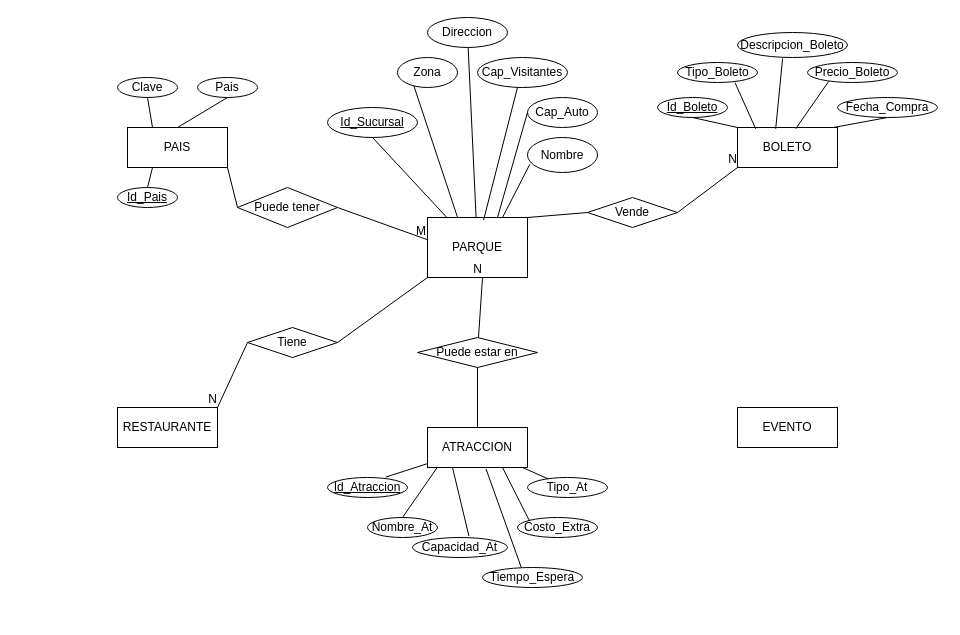
Before: Untitled Diagram.drawio in IsraMejia/DiagramasEntidadRelacion, a draw.io diagram. Source tidied: cells renumbered, new cells numbered last; positions are measured from the earlier drawing's top-left corner, leaving out a move shared by most shapes. Both pictures are drawn from the tidied source at 100%, with x=0, y=0 at pixel (117, 17).
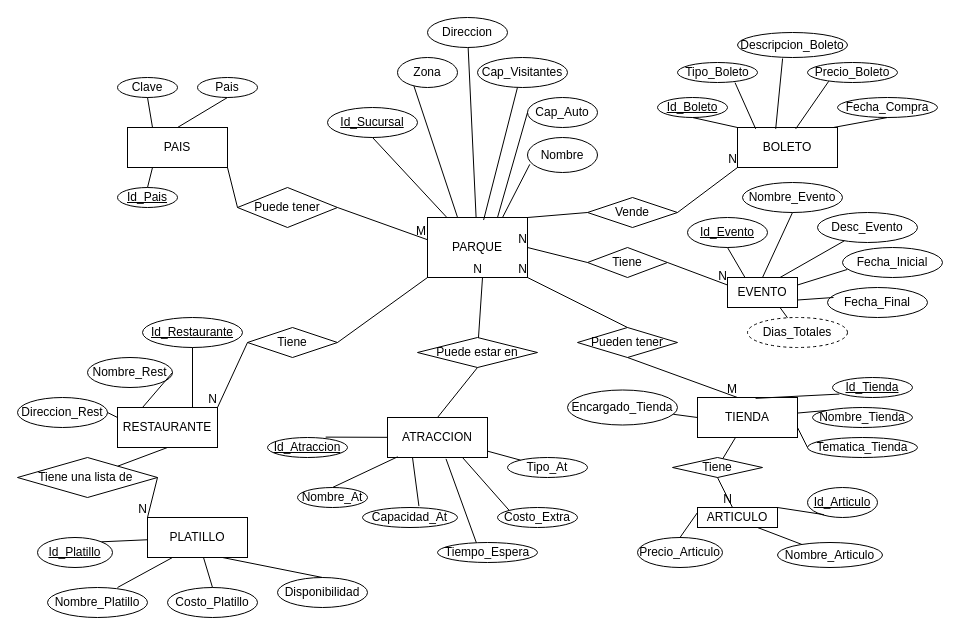
After the change.

Commit message:
Diagrama E-R del Parque de diversiones Listo

The change refers to these unchanged cells:
```xml
<mxCell id="2" value="PARQUE" style="whiteSpace=wrap;html=1;align=center;" parent="1" vertex="1">
  <mxGeometry x="310" y="200" width="100" height="60" as="geometry" />
</mxCell>
<mxCell id="5" value="RESTAURANTE" style="whiteSpace=wrap;html=1;align=center;" parent="1" vertex="1">
  <mxGeometry y="390" width="100" height="40" as="geometry" />
</mxCell>
```

Diff of the diagram source:
```diff
@@
     <mxCell id="6" value="EVENTO" style="whiteSpace=wrap;html=1;align=center;" parent="1" vertex="1">
-      <mxGeometry x="620" y="390" width="100" height="40" as="geometry" />
+      <mxGeometry x="610" y="260" width="70" height="30" as="geometry" />
     </mxCell>
@@
     <mxCell id="43" value="ATRACCION" style="whiteSpace=wrap;html=1;align=center;" parent="1" vertex="1">
-      <mxGeometry x="310" y="410" width="100" height="40" as="geometry" />
+      <mxGeometry x="270" y="400" width="100" height="40" as="geometry" />
     </mxCell>
     <mxCell id="44" value="Id_Atraccion" style="ellipse;whiteSpace=wrap;html=1;align=center;fontStyle=4;" parent="1" vertex="1">
-      <mxGeometry x="210" y="460" width="80" height="20" as="geometry" />
+      <mxGeometry x="150" y="420" width="80" height="20" as="geometry" />
     </mxCell>
     <mxCell id="45" value="Nombre_At" style="ellipse;whiteSpace=wrap;html=1;align=center;" parent="1" vertex="1">
-      <mxGeometry x="250" y="500" width="70" height="20" as="geometry" />
+      <mxGeometry x="180" y="470" width="70" height="20" as="geometry" />
     </mxCell>
     <mxCell id="46" value="Capacidad_At" style="ellipse;whiteSpace=wrap;html=1;align=center;" parent="1" vertex="1">
-      <mxGeometry x="295" y="520" width="95" height="20" as="geometry" />
+      <mxGeometry x="245" y="490" width="95" height="20" as="geometry" />
     </mxCell>
     <mxCell id="47" value="Tiempo_Espera" style="ellipse;whiteSpace=wrap;html=1;align=center;" parent="1" vertex="1">
-      <mxGeometry x="365" y="550" width="100" height="20" as="geometry" />
+      <mxGeometry x="320" y="525" width="100" height="20" as="geometry" />
     </mxCell>
     <mxCell id="48" value="Costo_Extra" style="ellipse;whiteSpace=wrap;html=1;align=center;" parent="1" vertex="1">
-      <mxGeometry x="400" y="500" width="80" height="20" as="geometry" />
+      <mxGeometry x="380" y="490" width="80" height="20" as="geometry" />
     </mxCell>
     <mxCell id="49" value="Tipo_At" style="ellipse;whiteSpace=wrap;html=1;align=center;" parent="1" vertex="1">
-      <mxGeometry x="410" y="460" width="80" height="20" as="geometry" />
+      <mxGeometry x="390" y="440" width="80" height="20" as="geometry" />
     </mxCell>
@@
+    <mxCell id="64" value="Nombre_Rest" style="ellipse;whiteSpace=wrap;html=1;align=center;" parent="1" vertex="1">
+      <mxGeometry x="-30" y="340" width="85" height="30" as="geometry" />
+    </mxCell>
+    <mxCell id="65" value="Id_Restaurante" style="ellipse;whiteSpace=wrap;html=1;align=center;fontStyle=4;" parent="1" vertex="1">
+      <mxGeometry x="25" y="300" width="100" height="30" as="geometry" />
+    </mxCell>
+    <mxCell id="66" value="Direccion_Rest" style="ellipse;whiteSpace=wrap;html=1;align=center;" parent="1" vertex="1">
+      <mxGeometry x="-100" y="380" width="90" height="30" as="geometry" />
+    </mxCell>
+    <mxCell id="67" style="endArrow=none;html=1;rounded=0;exitX=1;exitY=0.5;exitDx=0;exitDy=0;entryX=0;entryY=0.25;entryDx=0;entryDy=0;" parent="1" edge="1" source="66" target="5">
+      <mxGeometry relative="1" as="geometry" />
+    </mxCell>
+    <mxCell id="68" style="endArrow=none;html=1;rounded=0;exitX=1;exitY=0.5;exitDx=0;exitDy=0;entryX=0.25;entryY=0;entryDx=0;entryDy=0;" parent="1" edge="1" source="64" target="5">
+      <mxGeometry relative="1" as="geometry" />
+    </mxCell>
+    <mxCell id="69" style="endArrow=none;html=1;rounded=0;exitX=0.5;exitY=1;exitDx=0;exitDy=0;entryX=0.75;entryY=0;entryDx=0;entryDy=0;" parent="1" edge="1" source="65" target="5">
+      <mxGeometry relative="1" as="geometry" />
+    </mxCell>
+    <mxCell id="70" value="Tiene una lista de&amp;nbsp;" style="shape=rhombus;perimeter=rhombusPerimeter;whiteSpace=wrap;html=1;align=center;" parent="1" vertex="1">
+      <mxGeometry x="-100" y="440" width="140" height="40" as="geometry" />
+    </mxCell>
+    <mxCell id="71" style="endArrow=none;html=1;rounded=0;entryX=0.5;entryY=1;entryDx=0;entryDy=0;" parent="1" edge="1" source="70" target="5">
+      <mxGeometry relative="1" as="geometry" />
+    </mxCell>
+    <mxCell id="72" style="endArrow=none;html=1;rounded=0;exitX=1;exitY=0.5;exitDx=0;exitDy=0;entryX=0;entryY=0;entryDx=0;entryDy=0;" parent="1" edge="1" source="70" target="74">
+      <mxGeometry relative="1" as="geometry" />
+    </mxCell>
+    <mxCell id="73" value="N" style="html=1;align=right;verticalAlign=bottom;" parent="72" vertex="1">
+      <mxGeometry x="1" relative="1" as="geometry" />
+    </mxCell>
+    <mxCell id="74" value="PLATILLO" style="whiteSpace=wrap;html=1;align=center;" parent="1" vertex="1">
+      <mxGeometry x="30" y="500" width="100" height="40" as="geometry" />
+    </mxCell>
+    <mxCell id="75" value="Id_Platillo" style="ellipse;whiteSpace=wrap;html=1;align=center;fontStyle=4;" parent="1" vertex="1">
+      <mxGeometry x="-80" y="520" width="75" height="30" as="geometry" />
+    </mxCell>
+    <mxCell id="76" style="endArrow=none;html=1;rounded=0;exitX=1;exitY=0;exitDx=0;exitDy=0;" parent="1" edge="1" source="75" target="74">
+      <mxGeometry relative="1" as="geometry" />
+    </mxCell>
+    <mxCell id="77" value="Nombre_Platillo" style="ellipse;whiteSpace=wrap;html=1;align=center;" parent="1" vertex="1">
+      <mxGeometry x="-70" y="570" width="100" height="30" as="geometry" />
+    </mxCell>
+    <mxCell id="78" value="Costo_Platillo" style="ellipse;whiteSpace=wrap;html=1;align=center;" parent="1" vertex="1">
+      <mxGeometry x="50" y="570" width="90" height="30" as="geometry" />
+    </mxCell>
+    <mxCell id="79" value="Disponibilidad" style="ellipse;whiteSpace=wrap;html=1;align=center;" parent="1" vertex="1">
+      <mxGeometry x="160" y="560" width="90" height="30" as="geometry" />
+    </mxCell>
+    <mxCell id="80" style="endArrow=none;html=1;rounded=0;exitX=0.7;exitY=0;exitDx=0;exitDy=0;exitPerimeter=0;entryX=0.25;entryY=1;entryDx=0;entryDy=0;" parent="1" edge="1" source="77" target="74">
+      <mxGeometry relative="1" as="geometry" />
+    </mxCell>
+    <mxCell id="81" style="endArrow=none;html=1;rounded=0;exitX=0.5;exitY=0;exitDx=0;exitDy=0;" parent="1" edge="1" source="78" target="74">
+      <mxGeometry relative="1" as="geometry" />
+    </mxCell>
+    <mxCell id="82" style="endArrow=none;html=1;rounded=0;exitX=0.75;exitY=1;exitDx=0;exitDy=0;entryX=0.5;entryY=0;entryDx=0;entryDy=0;" parent="1" edge="1" source="74" target="79">
+      <mxGeometry relative="1" as="geometry" />
+    </mxCell>
+    <mxCell id="83" value="Tiene" style="shape=rhombus;perimeter=rhombusPerimeter;whiteSpace=wrap;html=1;align=center;" parent="1" vertex="1">
+      <mxGeometry x="470" y="230" width="80" height="30" as="geometry" />
+    </mxCell>
+    <mxCell id="84" style="endArrow=none;html=1;rounded=0;entryX=1;entryY=0.5;entryDx=0;entryDy=0;exitX=0;exitY=0.5;exitDx=0;exitDy=0;" parent="1" edge="1" source="83" target="2">
+      <mxGeometry relative="1" as="geometry" />
+    </mxCell>
+    <mxCell id="85" value="N" style="html=1;align=right;verticalAlign=bottom;" parent="84" vertex="1">
+      <mxGeometry x="1" relative="1" as="geometry" />
+    </mxCell>
+    <mxCell id="86" style="endArrow=none;html=1;rounded=0;entryX=0;entryY=0.25;entryDx=0;entryDy=0;exitX=1;exitY=0.5;exitDx=0;exitDy=0;" parent="1" edge="1" source="83" target="6">
+      <mxGeometry relative="1" as="geometry" />
+    </mxCell>
+    <mxCell id="87" value="N" style="html=1;align=right;verticalAlign=bottom;" parent="86" vertex="1">
+      <mxGeometry x="1" relative="1" as="geometry" />
+    </mxCell>
+    <mxCell id="88" value="Id_Evento" style="ellipse;whiteSpace=wrap;html=1;align=center;fontStyle=4;" parent="1" vertex="1">
+      <mxGeometry x="570" y="200" width="80" height="30" as="geometry" />
+    </mxCell>
+    <mxCell id="89" style="endArrow=none;html=1;rounded=0;exitX=0.5;exitY=1;exitDx=0;exitDy=0;entryX=0.25;entryY=0;entryDx=0;entryDy=0;" parent="1" edge="1" source="88" target="6">
+      <mxGeometry relative="1" as="geometry" />
+    </mxCell>
+    <mxCell id="90" value="Nombre_Evento" style="ellipse;whiteSpace=wrap;html=1;align=center;" parent="1" vertex="1">
+      <mxGeometry x="625" y="165" width="100" height="30" as="geometry" />
+    </mxCell>
+    <mxCell id="91" value="Desc_Evento" style="ellipse;whiteSpace=wrap;html=1;align=center;" parent="1" vertex="1">
+      <mxGeometry x="700" y="195" width="100" height="30" as="geometry" />
+    </mxCell>
+    <mxCell id="92" value="Fecha_Inicial" style="ellipse;whiteSpace=wrap;html=1;align=center;" parent="1" vertex="1">
+      <mxGeometry x="725" y="230" width="100" height="30" as="geometry" />
+    </mxCell>
+    <mxCell id="93" value="Fecha_Final" style="ellipse;whiteSpace=wrap;html=1;align=center;" parent="1" vertex="1">
+      <mxGeometry x="710" y="270" width="100" height="30" as="geometry" />
+    </mxCell>
+    <mxCell id="94" value="Dias_Totales" style="ellipse;whiteSpace=wrap;html=1;align=center;dashed=1;" parent="1" vertex="1">
+      <mxGeometry x="630" y="300" width="100" height="30" as="geometry" />
+    </mxCell>
+    <mxCell id="95" style="endArrow=none;html=1;rounded=0;exitX=0.5;exitY=1;exitDx=0;exitDy=0;entryX=0.5;entryY=0;entryDx=0;entryDy=0;" parent="1" edge="1" source="90" target="6">
+      <mxGeometry relative="1" as="geometry" />
+    </mxCell>
+    <mxCell id="96" style="endArrow=none;html=1;rounded=0;exitX=0.75;exitY=0;exitDx=0;exitDy=0;" parent="1" edge="1" source="6" target="91">
+      <mxGeometry relative="1" as="geometry" />
+    </mxCell>
+    <mxCell id="97" style="endArrow=none;html=1;rounded=0;entryX=0.047;entryY=0.733;entryDx=0;entryDy=0;entryPerimeter=0;exitX=1;exitY=0.25;exitDx=0;exitDy=0;" parent="1" edge="1" source="6" target="92">
+      <mxGeometry relative="1" as="geometry" />
+    </mxCell>
+    <mxCell id="98" style="endArrow=none;html=1;rounded=0;entryX=0.06;entryY=0.333;entryDx=0;entryDy=0;entryPerimeter=0;exitX=1;exitY=0.75;exitDx=0;exitDy=0;" parent="1" edge="1" source="6" target="93">
+      <mxGeometry relative="1" as="geometry" />
+    </mxCell>
+    <mxCell id="99" style="endArrow=none;html=1;rounded=0;entryX=0.75;entryY=1;entryDx=0;entryDy=0;" parent="1" edge="1" source="94" target="6">
+      <mxGeometry relative="1" as="geometry" />
+    </mxCell>
+    <mxCell id="100" value="Pueden tener" style="shape=rhombus;perimeter=rhombusPerimeter;whiteSpace=wrap;html=1;align=center;" parent="1" vertex="1">
+      <mxGeometry x="460" y="310" width="100" height="30" as="geometry" />
+    </mxCell>
+    <mxCell id="101" value="TIENDA" style="whiteSpace=wrap;html=1;align=center;" parent="1" vertex="1">
+      <mxGeometry x="580" y="380" width="100" height="40" as="geometry" />
+    </mxCell>
+    <mxCell id="102" style="endArrow=none;html=1;rounded=0;entryX=0.4;entryY=0;entryDx=0;entryDy=0;entryPerimeter=0;exitX=0.5;exitY=1;exitDx=0;exitDy=0;" parent="1" edge="1" source="100" target="101">
+      <mxGeometry relative="1" as="geometry" />
+    </mxCell>
+    <mxCell id="103" value="M" style="html=1;align=right;verticalAlign=bottom;" parent="102" vertex="1">
+      <mxGeometry x="1" relative="1" as="geometry" />
+    </mxCell>
+    <mxCell id="104" style="endArrow=none;html=1;rounded=0;entryX=1;entryY=1;entryDx=0;entryDy=0;exitX=0.5;exitY=0;exitDx=0;exitDy=0;" parent="1" edge="1" source="100" target="2">
+      <mxGeometry relative="1" as="geometry" />
+    </mxCell>
+    <mxCell id="105" value="N" style="html=1;align=right;verticalAlign=bottom;" parent="104" vertex="1">
+      <mxGeometry x="1" relative="1" as="geometry" />
+    </mxCell>
+    <mxCell id="106" value="Id_Tienda" style="ellipse;whiteSpace=wrap;html=1;align=center;fontStyle=4;" parent="1" vertex="1">
+      <mxGeometry x="715" y="360" width="80" height="20" as="geometry" />
+    </mxCell>
+    <mxCell id="107" value="Nombre_Tienda" style="ellipse;whiteSpace=wrap;html=1;align=center;" parent="1" vertex="1">
+      <mxGeometry x="695" y="390" width="100" height="20" as="geometry" />
+    </mxCell>
+    <mxCell id="108" value="Tematica_Tienda" style="ellipse;whiteSpace=wrap;html=1;align=center;" parent="1" vertex="1">
+      <mxGeometry x="690" y="420" width="110" height="20" as="geometry" />
+    </mxCell>
+    <mxCell id="109" value="Encargado_Tienda" style="ellipse;whiteSpace=wrap;html=1;align=center;" parent="1" vertex="1">
+      <mxGeometry x="450" y="372.5" width="110" height="35" as="geometry" />
+    </mxCell>
+    <mxCell id="110" style="endArrow=none;html=1;rounded=0;entryX=0;entryY=0.5;entryDx=0;entryDy=0;" parent="1" edge="1" source="109" target="101">
+      <mxGeometry relative="1" as="geometry" />
+    </mxCell>
+    <mxCell id="111" style="endArrow=none;html=1;rounded=0;exitX=0.581;exitY=0.021;exitDx=0;exitDy=0;exitPerimeter=0;entryX=0.086;entryY=0.829;entryDx=0;entryDy=0;entryPerimeter=0;" parent="1" edge="1" source="101" target="106">
+      <mxGeometry relative="1" as="geometry" />
+    </mxCell>
+    <mxCell id="112" style="endArrow=none;html=1;rounded=0;entryX=0;entryY=0;entryDx=0;entryDy=0;" parent="1" edge="1" source="101" target="107">
+      <mxGeometry relative="1" as="geometry" />
+    </mxCell>
+    <mxCell id="113" style="endArrow=none;html=1;rounded=0;exitX=1;exitY=0.75;exitDx=0;exitDy=0;entryX=0;entryY=0.5;entryDx=0;entryDy=0;" parent="1" edge="1" source="101" target="108">
+      <mxGeometry relative="1" as="geometry" />
+    </mxCell>
+    <mxCell id="114" value="Tiene" style="shape=rhombus;perimeter=rhombusPerimeter;whiteSpace=wrap;html=1;align=center;" parent="1" vertex="1">
+      <mxGeometry x="555" y="440" width="90" height="20" as="geometry" />
+    </mxCell>
+    <mxCell id="115" value="ARTICULO" style="whiteSpace=wrap;html=1;align=center;" parent="1" vertex="1">
+      <mxGeometry x="580" y="490" width="80" height="20" as="geometry" />
+    </mxCell>
+    <mxCell id="116" style="endArrow=none;html=1;rounded=0;" parent="1" edge="1" source="114" target="101">
+      <mxGeometry relative="1" as="geometry" />
+    </mxCell>
+    <mxCell id="117" style="endArrow=none;html=1;rounded=0;exitX=0.5;exitY=1;exitDx=0;exitDy=0;" parent="1" edge="1" source="114" target="115">
+      <mxGeometry relative="1" as="geometry" />
+    </mxCell>
+    <mxCell id="118" value="N" style="html=1;align=right;verticalAlign=bottom;" parent="117" vertex="1">
+      <mxGeometry x="1" relative="1" as="geometry" />
+    </mxCell>
+    <mxCell id="119" value="Id_Articulo" style="ellipse;whiteSpace=wrap;html=1;align=center;fontStyle=4;" parent="1" vertex="1">
+      <mxGeometry x="690" y="470" width="70" height="30" as="geometry" />
+    </mxCell>
+    <mxCell id="120" style="endArrow=none;html=1;rounded=0;exitX=1;exitY=0;exitDx=0;exitDy=0;entryX=0.235;entryY=0.905;entryDx=0;entryDy=0;entryPerimeter=0;" parent="1" edge="1" source="115" target="119">
+      <mxGeometry relative="1" as="geometry" />
+    </mxCell>
+    <mxCell id="121" value="Precio_Articulo" style="ellipse;whiteSpace=wrap;html=1;align=center;" parent="1" vertex="1">
+      <mxGeometry x="520" y="520" width="85" height="30" as="geometry" />
+    </mxCell>
+    <mxCell id="122" style="endArrow=none;html=1;rounded=0;exitX=0.5;exitY=0;exitDx=0;exitDy=0;entryX=0;entryY=0.25;entryDx=0;entryDy=0;" parent="1" edge="1" source="121" target="115">
+      <mxGeometry relative="1" as="geometry" />
+    </mxCell>
+    <mxCell id="123" value="Nombre_Articulo" style="ellipse;whiteSpace=wrap;html=1;align=center;" parent="1" vertex="1">
+      <mxGeometry x="660" y="525" width="105" height="25" as="geometry" />
+    </mxCell>
+    <mxCell id="124" style="endArrow=none;html=1;rounded=0;exitX=0.75;exitY=1;exitDx=0;exitDy=0;" parent="1" edge="1" source="115" target="123">
+      <mxGeometry relative="1" as="geometry" />
+    </mxCell>
+    <mxCell id="125" style="edgeStyle=orthogonalEdgeStyle;rounded=0;orthogonalLoop=1;jettySize=auto;html=1;exitX=0.5;exitY=1;exitDx=0;exitDy=0;" parent="1" edge="1" source="115" target="115">
+      <mxGeometry relative="1" as="geometry" />
+    </mxCell>
```
